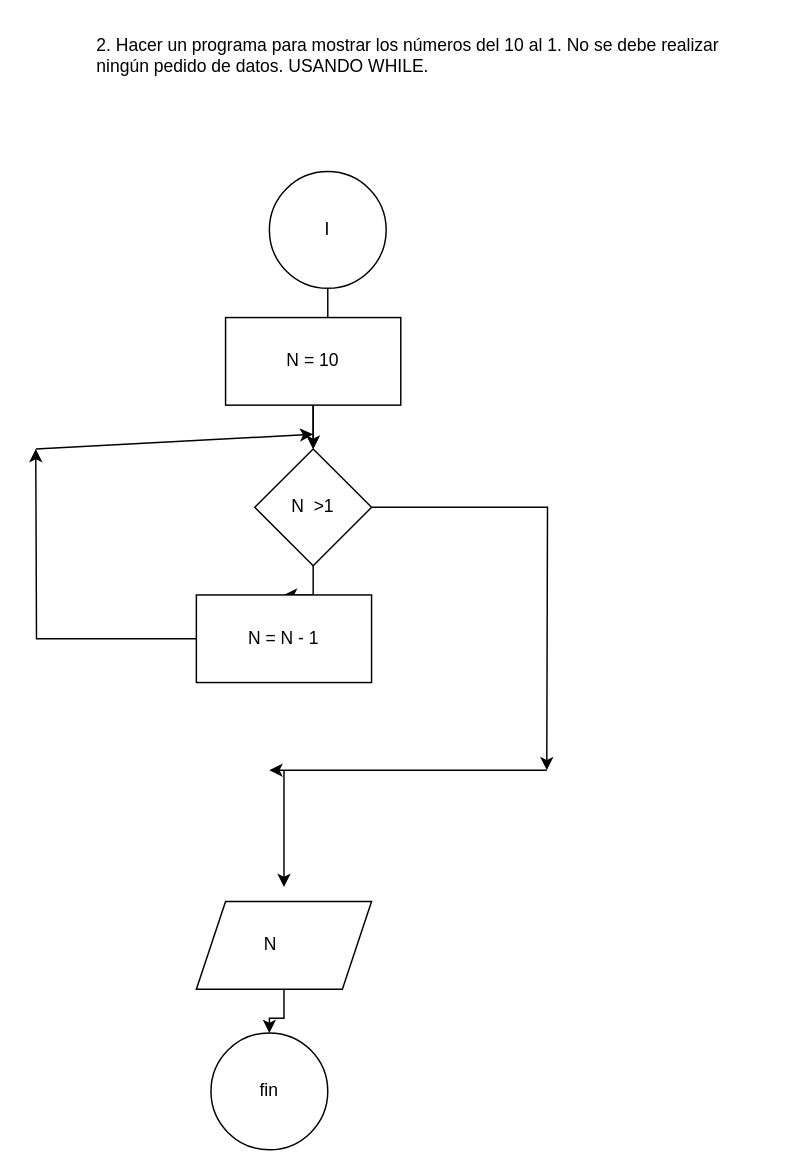
This is page "Página-2" (2 of 9) of Diagrama sin título.drawio from omaryuri9594/algoritmo_advanced.io, a draw.io file, before an edit. Source tidied: cells renumbered, new cells numbered last; positions are measured from the earlier drawing's top-left corner, leaving out a move shared by most shapes. Both pictures are drawn from the tidied source at 146%, with x=0, y=0 at pixel (35, 25).
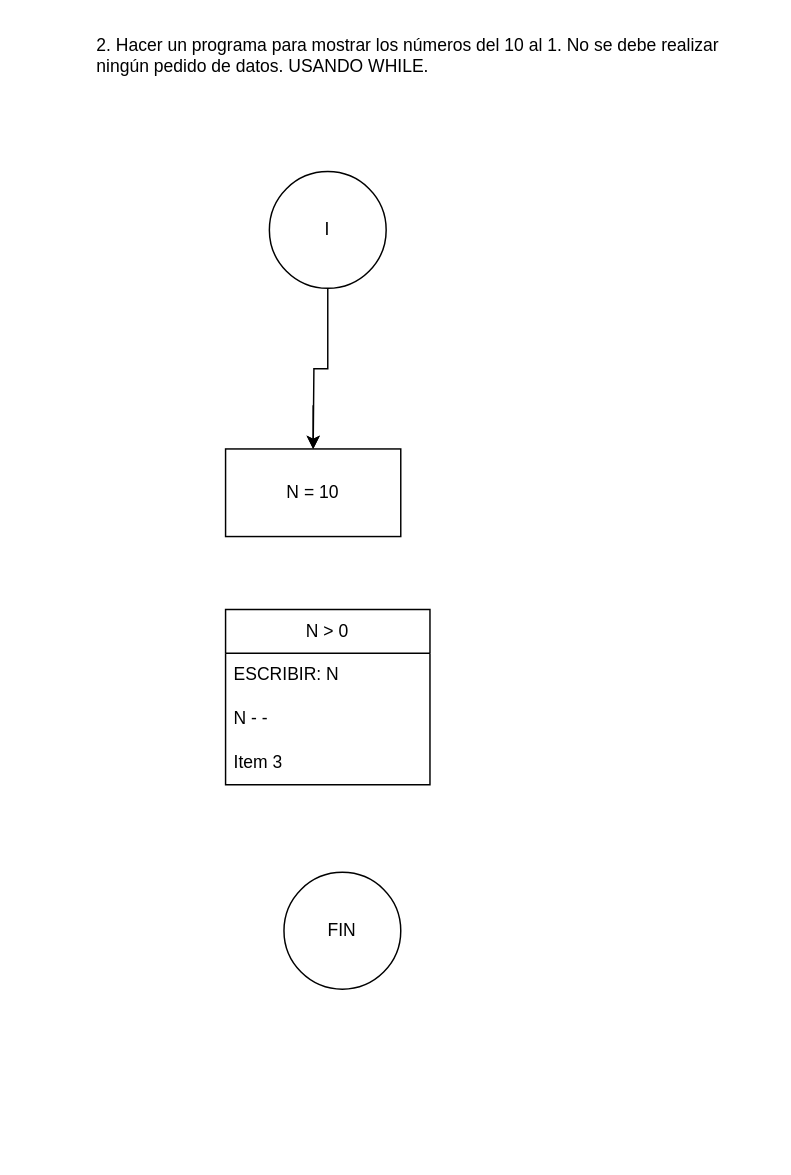
The same diagram, later.

Unchanged cells that the change refers to:
```xml
<mxCell id="4" value="I" style="ellipse;whiteSpace=wrap;html=1;" parent="1" vertex="1">
  <mxGeometry x="160" y="100" width="80" height="80" as="geometry" />
</mxCell>
```

The edit, as a diff of the source:
```diff
@@
-    <mxCell id="3" style="edgeStyle=orthogonalEdgeStyle;rounded=0;jettySize=auto;html=1;" parent="1" edge="1" source="4" target="9">
-      <mxGeometry relative="1" as="geometry" />
+    <mxCell id="3" style="edgeStyle=orthogonalEdgeStyle;rounded=0;jettySize=auto;html=1;" parent="1" edge="1" source="4">
+      <mxGeometry relative="1" as="geometry">
+        <mxPoint x="190" y="290" as="targetPoint" />
+      </mxGeometry>
     </mxCell>
@@
-    <mxCell id="5" style="edgeStyle=orthogonalEdgeStyle;rounded=0;jettySize=auto;html=1;" parent="1" edge="1" source="6" target="9">
-      <mxGeometry relative="1" as="geometry" />
+    <mxCell id="5" style="edgeStyle=orthogonalEdgeStyle;rounded=0;orthogonalLoop=1;jettySize=auto;html=1;" parent="1" edge="1">
+      <mxGeometry relative="1" as="geometry">
+        <mxPoint x="190" y="260" as="sourcePoint" />
+        <mxPoint x="190" y="290" as="targetPoint" />
+      </mxGeometry>
     </mxCell>
     <mxCell id="6" value="N = 10" style="whiteSpace=wrap;html=1;" parent="1" vertex="1">
-      <mxGeometry x="130" y="200" width="120" height="60" as="geometry" />
+      <mxGeometry x="130" y="290" width="120" height="60" as="geometry" />
     </mxCell>
-    <mxCell id="7" style="edgeStyle=orthogonalEdgeStyle;rounded=0;jettySize=auto;html=1;" parent="1" edge="1" source="9" target="11">
-      <mxGeometry relative="1" as="geometry" />
-    </mxCell>
-    <mxCell id="8" style="edgeStyle=orthogonalEdgeStyle;rounded=0;jettySize=auto;html=1;" parent="1" edge="1" source="9">
-      <mxGeometry relative="1" as="geometry">
-        <mxPoint x="350" y="510" as="targetPoint" />
-      </mxGeometry>
-    </mxCell>
-    <mxCell id="9" value="N&amp;nbsp; &amp;gt;1" style="rhombus;whiteSpace=wrap;html=1;" parent="1" vertex="1">
-      <mxGeometry x="150" y="290" width="80" height="80" as="geometry" />
-    </mxCell>
-    <mxCell id="10" style="edgeStyle=orthogonalEdgeStyle;rounded=0;jettySize=auto;html=1;" parent="1" edge="1" source="11">
-      <mxGeometry relative="1" as="geometry">
-        <mxPoint y="290" as="targetPoint" />
-      </mxGeometry>
-    </mxCell>
-    <mxCell id="11" value="N = N - 1" style="whiteSpace=wrap;html=1;" parent="1" vertex="1">
-      <mxGeometry x="110" y="390" width="120" height="60" as="geometry" />
-    </mxCell>
-    <mxCell id="12" style="endArrow=classic;html=1;rounded=0;" parent="1" edge="1">
-      <mxGeometry relative="1" as="geometry">
-        <mxPoint y="290" as="sourcePoint" />
-        <mxPoint x="190" y="280" as="targetPoint" />
-      </mxGeometry>
-    </mxCell>
-    <mxCell id="13" style="endArrow=classic;html=1;rounded=0;" parent="1" edge="1">
-      <mxGeometry relative="1" as="geometry">
-        <mxPoint x="350" y="510" as="sourcePoint" />
-        <mxPoint x="160" y="510" as="targetPoint" />
-      </mxGeometry>
-    </mxCell>
-    <mxCell id="14" style="endArrow=classic;html=1;rounded=0;" parent="1" edge="1">
-      <mxGeometry relative="1" as="geometry">
-        <mxPoint x="170" y="510" as="sourcePoint" />
-        <mxPoint x="170" y="590" as="targetPoint" />
-      </mxGeometry>
-    </mxCell>
-    <mxCell id="15" style="edgeStyle=orthogonalEdgeStyle;rounded=0;jettySize=auto;html=1;" parent="1" edge="1" source="16" target="17">
-      <mxGeometry relative="1" as="geometry" />
-    </mxCell>
-    <mxCell id="16" value="N&lt;span style=&quot;white-space: pre;&quot;&gt;&#9;&lt;/span&gt;" style="shape=parallelogram;perimeter=parallelogramPerimeter;whiteSpace=wrap;html=1;fixedSize=1;" parent="1" vertex="1">
-      <mxGeometry x="110" y="600" width="120" height="60" as="geometry" />
-    </mxCell>
-    <mxCell id="17" value="fin" style="ellipse;whiteSpace=wrap;html=1;" parent="1" vertex="1">
-      <mxGeometry x="120" y="690" width="80" height="80" as="geometry" />
-    </mxCell>
+    <mxCell id="18" value="N &amp;gt; 0" style="swimlane;fontStyle=0;horizontal=1;startSize=30;whiteSpace=wrap;html=1;" parent="1" vertex="1">
+      <mxGeometry x="130" y="400" width="140" height="120" as="geometry" />
+    </mxCell>
+    <mxCell id="19" value="ESCRIBIR: N" style="text;strokeColor=none;fillColor=none;align=left;verticalAlign=middle;spacingLeft=4;spacingRight=4;overflow=hidden;whiteSpace=wrap;html=1;" parent="18" vertex="1">
+      <mxGeometry y="30" width="140" height="30" as="geometry" />
+    </mxCell>
+    <mxCell id="20" value="N - -" style="text;strokeColor=none;fillColor=none;align=left;verticalAlign=middle;spacingLeft=4;spacingRight=4;overflow=hidden;whiteSpace=wrap;html=1;" parent="18" vertex="1">
+      <mxGeometry y="60" width="140" height="30" as="geometry" />
+    </mxCell>
+    <mxCell id="21" value="Item 3" style="text;strokeColor=none;fillColor=none;align=left;verticalAlign=middle;spacingLeft=4;spacingRight=4;overflow=hidden;whiteSpace=wrap;html=1;" parent="18" vertex="1">
+      <mxGeometry y="90" width="140" height="30" as="geometry" />
+    </mxCell>
+    <mxCell id="22" value="FIN" style="ellipse;whiteSpace=wrap;html=1;" parent="1" vertex="1">
+      <mxGeometry x="170" y="580" width="80" height="80" as="geometry" />
+    </mxCell>
```
